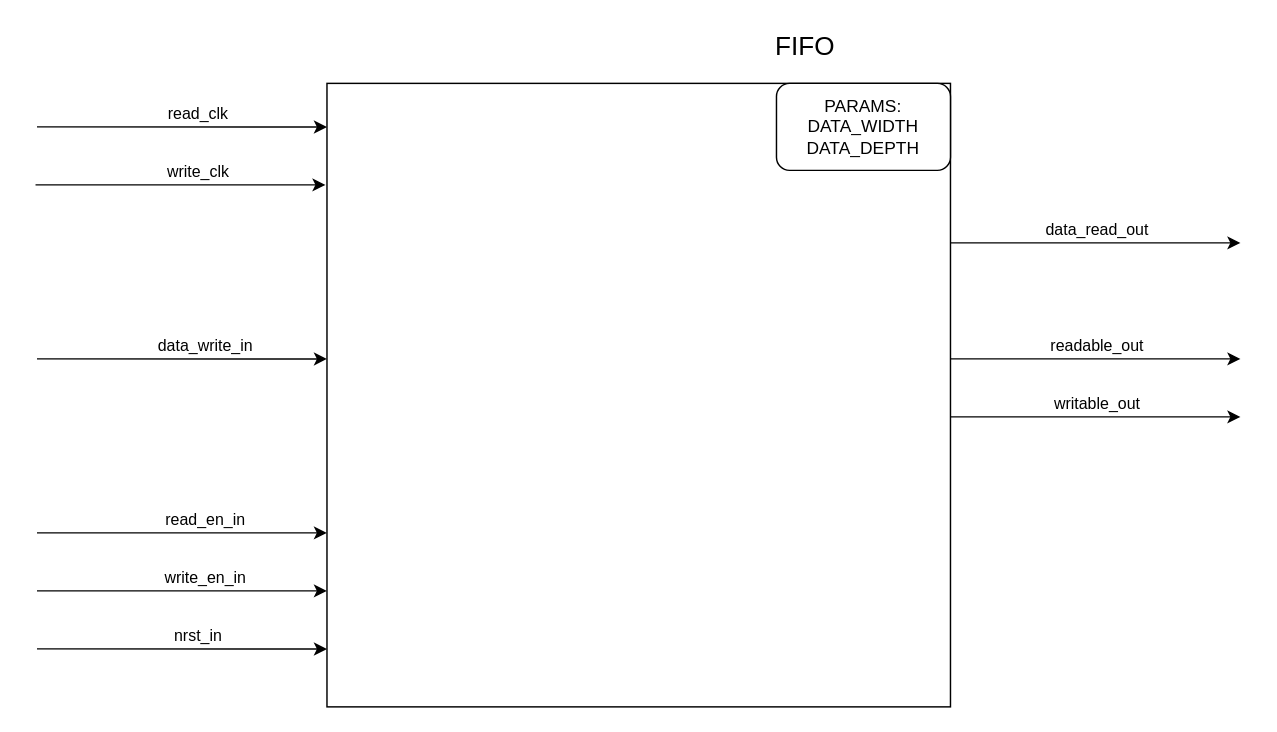
Above: modules/verilog/fifo/fifo_async_circular.drawio in igorwolfs/vhdl_libs (draw.io), before the change. Source tidied: cells renumbered, new cells numbered last; positions are measured from the earlier drawing's top-left corner, leaving out a move shared by most shapes. Both pictures are drawn from the tidied source at 145%, with x=0, y=0 at pixel (35, 25).
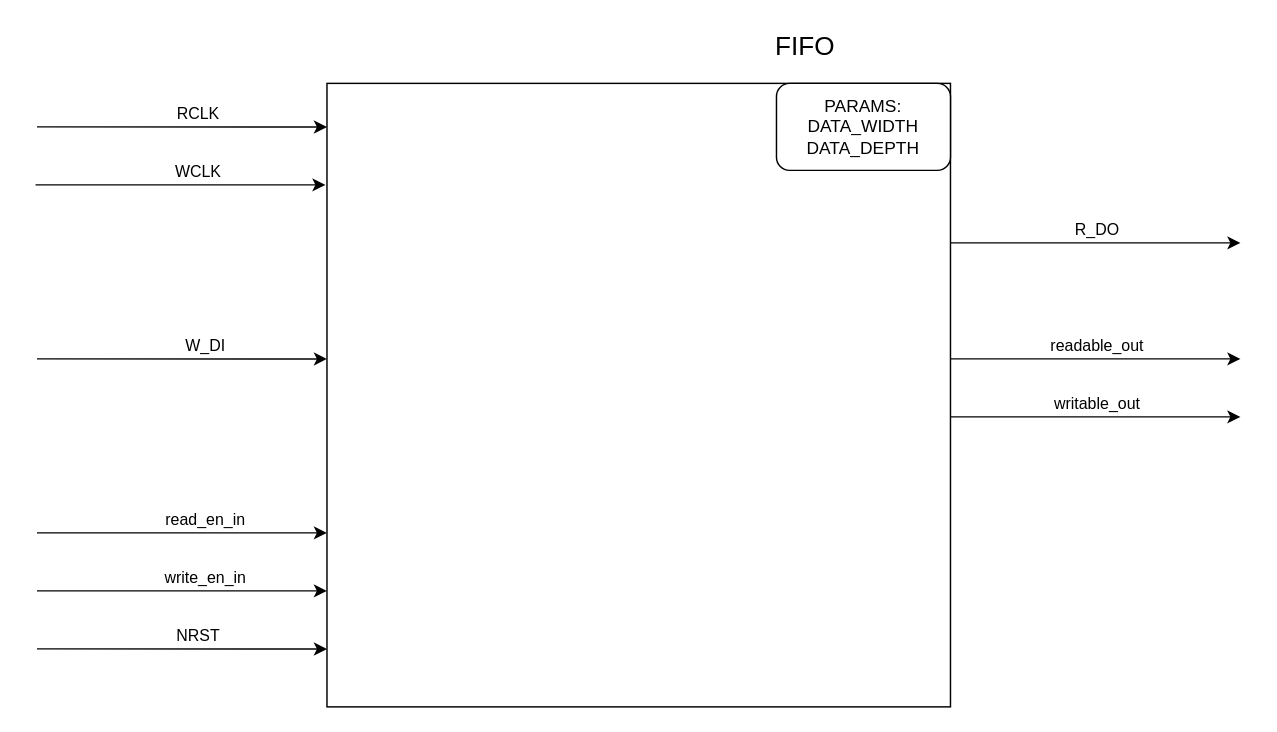
Above is the later version.

Unchanged cells that the change refers to:
```xml
<mxCell id="4" style="endArrow=classic;html=1;rounded=0;entryX=0.008;entryY=0.456;entryDx=0;entryDy=0;entryPerimeter=0;" parent="1" edge="1">
  <mxGeometry relative="1" as="geometry">
    <mxPoint x="1" y="70" as="sourcePoint" />
    <mxPoint x="201" y="70.1" as="targetPoint" />
  </mxGeometry>
</mxCell>
<mxCell id="6" style="endArrow=classic;html=1;rounded=0;entryX=0.008;entryY=0.456;entryDx=0;entryDy=0;entryPerimeter=0;" parent="1" edge="1">
  <mxGeometry relative="1" as="geometry">
    <mxPoint y="110" as="sourcePoint" />
    <mxPoint x="200" y="110" as="targetPoint" />
  </mxGeometry>
</mxCell>
<mxCell id="8" style="endArrow=classic;html=1;rounded=0;entryX=0;entryY=0.442;entryDx=0;entryDy=0;entryPerimeter=0;" parent="1" edge="1" target="2">
  <mxGeometry relative="1" as="geometry">
    <mxPoint x="1" y="230" as="sourcePoint" />
  </mxGeometry>
</mxCell>
<mxCell id="10" style="endArrow=classic;html=1;rounded=0;entryX=0;entryY=0.442;entryDx=0;entryDy=0;entryPerimeter=0;" parent="1" edge="1">
  <mxGeometry relative="1" as="geometry">
    <mxPoint x="631" y="150" as="sourcePoint" />
    <mxPoint x="831" y="150" as="targetPoint" />
  </mxGeometry>
</mxCell>
<mxCell id="21" style="endArrow=classic;html=1;rounded=0;entryX=0.008;entryY=0.456;entryDx=0;entryDy=0;entryPerimeter=0;" parent="1" edge="1">
  <mxGeometry relative="1" as="geometry">
    <mxPoint x="1" y="430" as="sourcePoint" />
    <mxPoint x="201" y="430.1" as="targetPoint" />
  </mxGeometry>
</mxCell>
```

Change to the diagram source:
```diff
@@
-    <mxCell id="5" value="read_clk" style="edgeLabel;html=1;align=center;verticalAlign=middle;" parent="4" vertex="1">
+    <mxCell id="5" value="RCLK" style="edgeLabel;html=1;align=center;verticalAlign=middle;" parent="4" vertex="1">
       <mxGeometry x="0.27" y="2" relative="1" as="geometry">
         <mxPoint x="-17" y="-8" as="offset" />
       </mxGeometry>
     </mxCell>
@@
-    <mxCell id="7" value="write_clk" style="edgeLabel;html=1;align=center;verticalAlign=middle;" parent="6" vertex="1">
+    <mxCell id="7" value="WCLK" style="edgeLabel;html=1;align=center;verticalAlign=middle;" parent="6" vertex="1">
       <mxGeometry x="0.27" y="2" relative="1" as="geometry">
         <mxPoint x="-16" y="-8" as="offset" />
       </mxGeometry>
     </mxCell>
@@
-    <mxCell id="9" value="data_write_in" style="edgeLabel;html=1;align=center;verticalAlign=middle;" parent="8" vertex="1">
+    <mxCell id="9" value="W_DI" style="edgeLabel;html=1;align=center;verticalAlign=middle;" parent="8" vertex="1">
       <mxGeometry x="0.16" y="-4" relative="1" as="geometry">
         <mxPoint y="-14" as="offset" />
       </mxGeometry>
     </mxCell>
@@
-    <mxCell id="11" value="data_read_out" style="edgeLabel;html=1;align=center;verticalAlign=middle;" parent="10" vertex="1">
+    <mxCell id="11" value="R_DO" style="edgeLabel;html=1;align=center;verticalAlign=middle;" parent="10" vertex="1">
       <mxGeometry x="0.16" y="-4" relative="1" as="geometry">
         <mxPoint x="-16" y="-14" as="offset" />
       </mxGeometry>
     </mxCell>
@@
-    <mxCell id="22" value="nrst_in" style="edgeLabel;html=1;align=center;verticalAlign=middle;" parent="21" vertex="1">
+    <mxCell id="22" value="NRST" style="edgeLabel;html=1;align=center;verticalAlign=middle;" parent="21" vertex="1">
       <mxGeometry x="0.27" y="2" relative="1" as="geometry">
         <mxPoint x="-17" y="-8" as="offset" />
       </mxGeometry>
     </mxCell>
```
